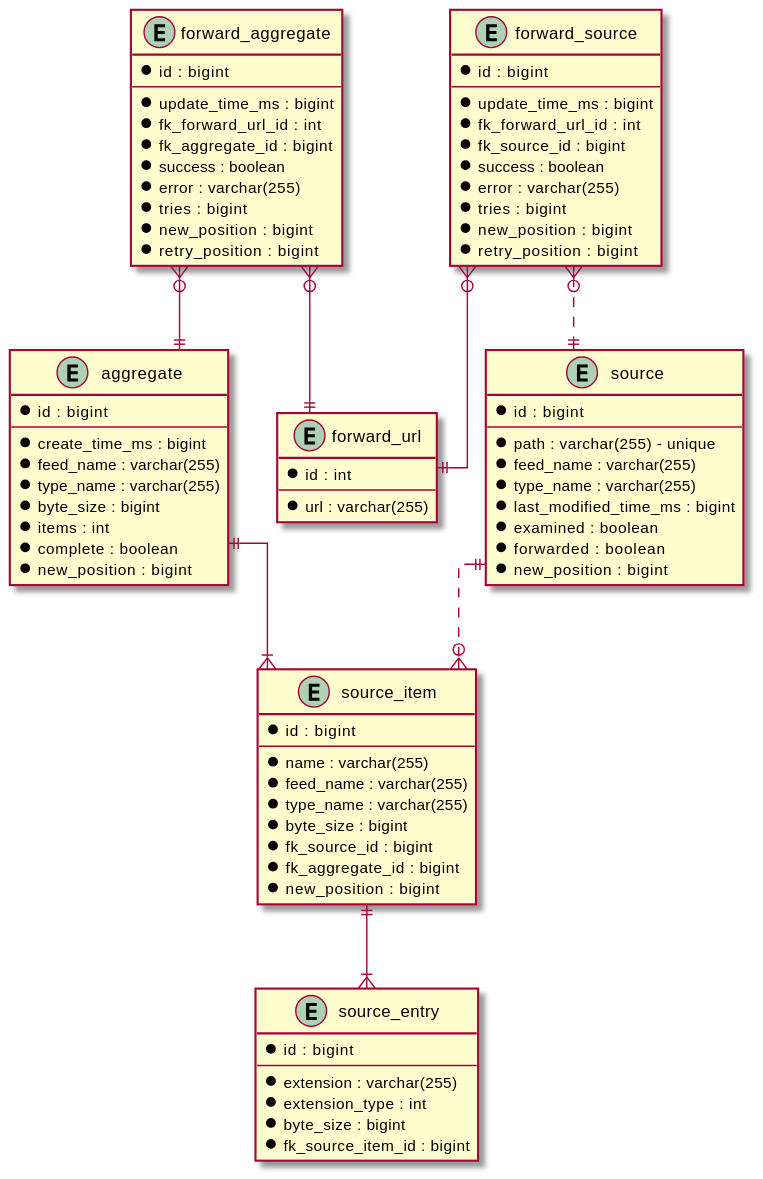
gchq/stroom keeps this PlantUML diagram as stroom-proxy/stroom-proxy-app/doc/all-entity.svg. Above is the earlier version.
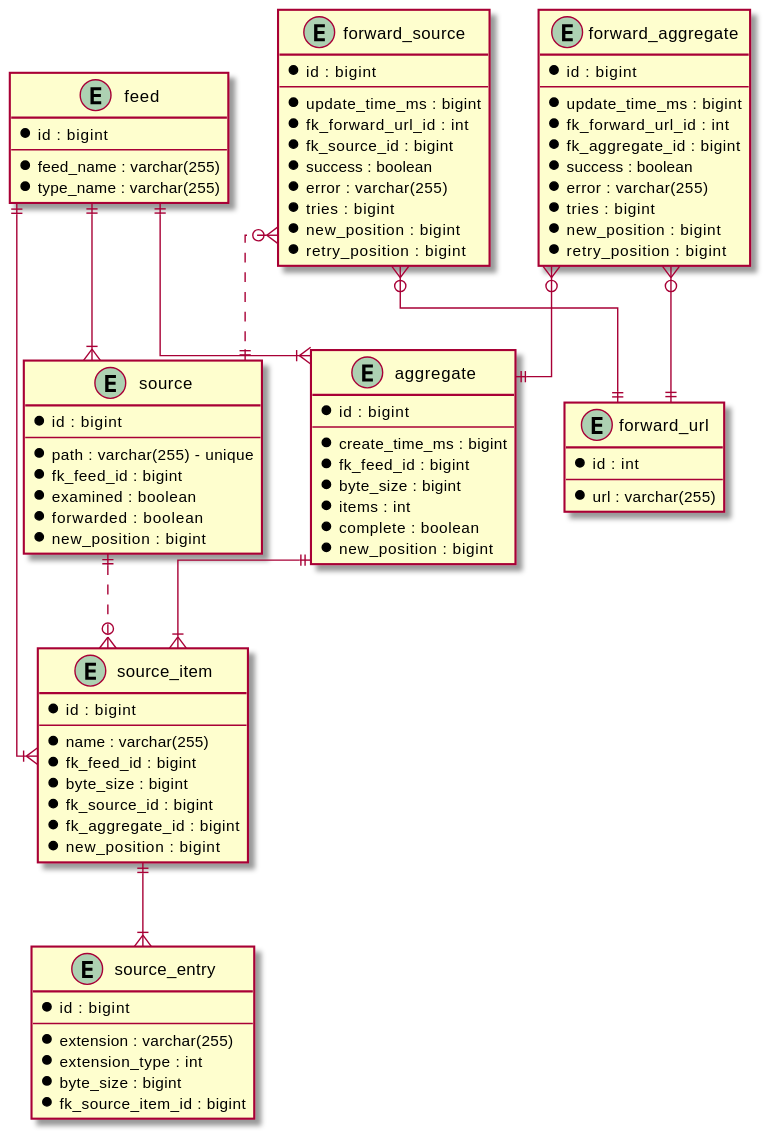
Later version of the same file.

Change to the diagram source:
```diff
@@ -1,14 +1,19 @@
 @startuml
 
 skinparam linetype ortho
+
+entity feed {
+  *id : bigint
+  --
+  *feed_name : varchar(255)
+  *type_name : varchar(255)
+}
 
 entity source {
   *id : bigint
   --
   *path : varchar(255) - unique
-  *feed_name : varchar(255)
-  *type_name : varchar(255)
-  *last_modified_time_ms : bigint
+  *fk_feed_id : bigint
   *examined : boolean
   *forwarded : boolean
   *new_position : bigint
@@ -18,8 +23,7 @@
   *id : bigint
   --
   *name : varchar(255)
-  *feed_name : varchar(255)
-  *type_name : varchar(255)
+  *fk_feed_id : bigint
   *byte_size : bigint
   *fk_source_id : bigint
   *fk_aggregate_id : bigint
@@ -39,8 +43,7 @@
   *id : bigint
   --
   *create_time_ms : bigint
-  *feed_name : varchar(255)
-  *type_name : varchar(255)
+  *fk_feed_id : bigint
   *byte_size : bigint
   *items : int
   *complete : boolean
@@ -79,6 +82,10 @@
   *retry_position : bigint
 }
 
+feed ||--|{ source
+feed ||--|{ source_item
+feed ||--|{ aggregate
+
 source ||..o{ source_item
 source_item ||--|{ source_entry
 aggregate ||--|{ source_item
```
